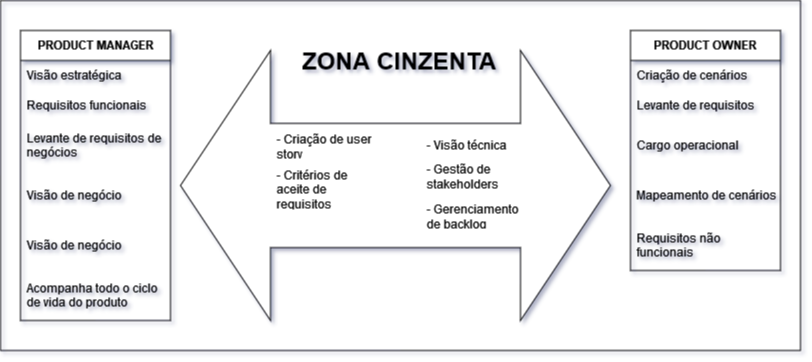
The draw.io diagram Figuras e Tabelas/PM_vs_PO.png in abreuzo/Unveiling_Product_Managers_journey, before a commit. Source tidied: cells renumbered, new cells last; positions are measured from the earlier drawing's top-left corner, leaving out a move shared by most shapes.
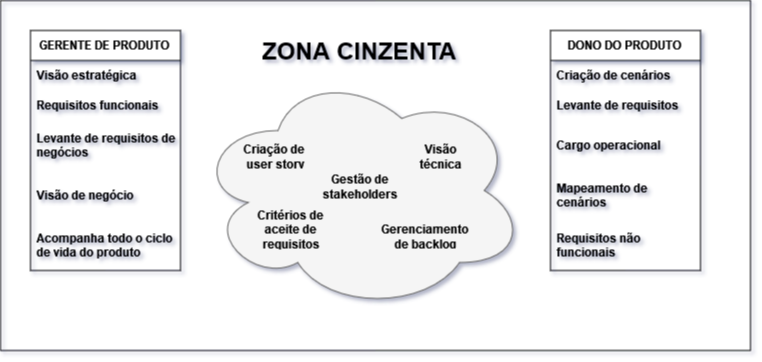
The same file after the commit.

Change to the diagram source:
```diff
@@ -3,67 +3,64 @@
     <mxCell id="0" />
     <mxCell id="1" parent="0" />
     <mxCell id="2" style="rounded=0;whiteSpace=wrap;html=1;fillColor=none;" parent="1" vertex="1">
-      <mxGeometry width="800" height="350" as="geometry" />
+      <mxGeometry x="40" width="750" height="350" as="geometry" />
     </mxCell>
-    <mxCell id="3" value="&lt;b&gt;PRODUCT MANAGER&lt;/b&gt;" style="swimlane;fontStyle=0;horizontal=1;startSize=30;whiteSpace=wrap;html=1;" parent="1" vertex="1">
-      <mxGeometry x="20" y="30" width="150" height="290" as="geometry" />
+    <mxCell id="3" value="&lt;b&gt;GERENTE DE PRODUTO&lt;br&gt;&lt;/b&gt;" style="swimlane;fontStyle=0;horizontal=1;startSize=30;whiteSpace=wrap;html=1;" parent="1" vertex="1">
+      <mxGeometry x="70" y="30" width="150" height="240" as="geometry" />
     </mxCell>
-    <mxCell id="4" value="&lt;div&gt;Visão estratégica&lt;/div&gt;" style="text;strokeColor=none;fillColor=none;align=left;verticalAlign=middle;spacingLeft=4;spacingRight=4;overflow=hidden;whiteSpace=wrap;html=1;" parent="3" vertex="1">
+    <mxCell id="4" value="&lt;div&gt;&lt;b&gt;Visão estratégica&lt;/b&gt;&lt;/div&gt;" style="text;strokeColor=none;fillColor=none;align=left;verticalAlign=middle;spacingLeft=4;spacingRight=4;overflow=hidden;whiteSpace=wrap;html=1;" parent="3" vertex="1">
       <mxGeometry y="30" width="150" height="30" as="geometry" />
     </mxCell>
-    <mxCell id="5" value="Requisitos funcionais" style="text;strokeColor=none;fillColor=none;align=left;verticalAlign=middle;spacingLeft=4;spacingRight=4;overflow=hidden;whiteSpace=wrap;html=1;" parent="3" vertex="1">
+    <mxCell id="5" value="&lt;b&gt;Requisitos funcionais&lt;/b&gt;" style="text;strokeColor=none;fillColor=none;align=left;verticalAlign=middle;spacingLeft=4;spacingRight=4;overflow=hidden;whiteSpace=wrap;html=1;" parent="3" vertex="1">
       <mxGeometry y="60" width="150" height="30" as="geometry" />
     </mxCell>
-    <mxCell id="6" value="Levante de requisitos de negócios" style="text;strokeColor=none;fillColor=none;align=left;verticalAlign=middle;spacingLeft=4;spacingRight=4;overflow=hidden;whiteSpace=wrap;html=1;" parent="3" vertex="1">
+    <mxCell id="6" value="&lt;b&gt;Levante de requisitos de negócios&lt;/b&gt;" style="text;strokeColor=none;fillColor=none;align=left;verticalAlign=middle;spacingLeft=4;spacingRight=4;overflow=hidden;whiteSpace=wrap;html=1;" parent="3" vertex="1">
       <mxGeometry y="90" width="150" height="50" as="geometry" />
     </mxCell>
-    <mxCell id="7" value="Visão de negócio" style="text;strokeColor=none;fillColor=none;align=left;verticalAlign=middle;spacingLeft=4;spacingRight=4;overflow=hidden;whiteSpace=wrap;html=1;" parent="3" vertex="1">
+    <mxCell id="7" value="&lt;b&gt;Visão de negócio&lt;/b&gt;" style="text;strokeColor=none;fillColor=none;align=left;verticalAlign=middle;spacingLeft=4;spacingRight=4;overflow=hidden;whiteSpace=wrap;html=1;" parent="3" vertex="1">
       <mxGeometry y="140" width="150" height="50" as="geometry" />
     </mxCell>
-    <mxCell id="8" value="Visão de negócio" style="text;strokeColor=none;fillColor=none;align=left;verticalAlign=middle;spacingLeft=4;spacingRight=4;overflow=hidden;whiteSpace=wrap;html=1;" parent="3" vertex="1">
-      <mxGeometry y="190" width="150" height="50" as="geometry" />
-    </mxCell>
-    <mxCell id="9" value="Acompanha todo o ciclo de vida do produto" style="text;strokeColor=none;fillColor=none;align=left;verticalAlign=middle;spacingLeft=4;spacingRight=4;overflow=hidden;whiteSpace=wrap;html=1;" parent="3" vertex="1">
-      <mxGeometry y="240" width="150" height="50" as="geometry" />
+    <mxCell id="9" value="&lt;b&gt;Acompanha todo o ciclo de vida do produto&lt;/b&gt;" style="text;strokeColor=none;fillColor=none;align=left;verticalAlign=middle;spacingLeft=4;spacingRight=4;overflow=hidden;whiteSpace=wrap;html=1;" parent="3" vertex="1">
+      <mxGeometry y="190" width="150" height="50" as="geometry" />
     </mxCell>
-    <mxCell id="10" value="&lt;b&gt;PRODUCT OWNER&lt;br&gt;&lt;/b&gt;" style="swimlane;fontStyle=0;horizontal=1;startSize=30;whiteSpace=wrap;html=1;" parent="1" vertex="1">
-      <mxGeometry x="630" y="30" width="150" height="240" as="geometry" />
+    <mxCell id="10" value="&lt;b&gt;DONO DO PRODUTO&lt;br&gt;&lt;/b&gt;" style="swimlane;fontStyle=0;horizontal=1;startSize=30;whiteSpace=wrap;html=1;" parent="1" vertex="1">
+      <mxGeometry x="590" y="30" width="150" height="240" as="geometry" />
     </mxCell>
-    <mxCell id="11" value="Criação de cenários" style="text;strokeColor=none;fillColor=none;align=left;verticalAlign=middle;spacingLeft=4;spacingRight=4;overflow=hidden;whiteSpace=wrap;html=1;" parent="10" vertex="1">
+    <mxCell id="11" value="&lt;b&gt;Criação de cenários&lt;/b&gt;" style="text;strokeColor=none;fillColor=none;align=left;verticalAlign=middle;spacingLeft=4;spacingRight=4;overflow=hidden;whiteSpace=wrap;html=1;" parent="10" vertex="1">
       <mxGeometry y="30" width="150" height="30" as="geometry" />
     </mxCell>
-    <mxCell id="12" value="Levante de requisitos" style="text;strokeColor=none;fillColor=none;align=left;verticalAlign=middle;spacingLeft=4;spacingRight=4;overflow=hidden;whiteSpace=wrap;html=1;" parent="10" vertex="1">
+    <mxCell id="12" value="&lt;b&gt;Levante de requisitos&lt;/b&gt;" style="text;strokeColor=none;fillColor=none;align=left;verticalAlign=middle;spacingLeft=4;spacingRight=4;overflow=hidden;whiteSpace=wrap;html=1;" parent="10" vertex="1">
       <mxGeometry y="60" width="150" height="30" as="geometry" />
     </mxCell>
-    <mxCell id="13" value="Cargo operacional" style="text;strokeColor=none;fillColor=none;align=left;verticalAlign=middle;spacingLeft=4;spacingRight=4;overflow=hidden;whiteSpace=wrap;html=1;" parent="10" vertex="1">
+    <mxCell id="13" value="&lt;b&gt;Cargo operacional&lt;/b&gt;" style="text;strokeColor=none;fillColor=none;align=left;verticalAlign=middle;spacingLeft=4;spacingRight=4;overflow=hidden;whiteSpace=wrap;html=1;" parent="10" vertex="1">
       <mxGeometry y="90" width="150" height="50" as="geometry" />
     </mxCell>
-    <mxCell id="14" value="Mapeamento de cenários" style="text;strokeColor=none;fillColor=none;align=left;verticalAlign=middle;spacingLeft=4;spacingRight=4;overflow=hidden;whiteSpace=wrap;html=1;" parent="10" vertex="1">
+    <mxCell id="14" value="&lt;b&gt;Mapeamento de cenários&lt;/b&gt;" style="text;strokeColor=none;fillColor=none;align=left;verticalAlign=middle;spacingLeft=4;spacingRight=4;overflow=hidden;whiteSpace=wrap;html=1;" parent="10" vertex="1">
       <mxGeometry y="140" width="150" height="50" as="geometry" />
     </mxCell>
-    <mxCell id="15" value="Requisitos não funcionais" style="text;strokeColor=none;fillColor=none;align=left;verticalAlign=middle;spacingLeft=4;spacingRight=4;overflow=hidden;whiteSpace=wrap;html=1;" parent="10" vertex="1">
+    <mxCell id="15" value="&lt;b&gt;Requisitos não funcionais&lt;/b&gt;" style="text;strokeColor=none;fillColor=none;align=left;verticalAlign=middle;spacingLeft=4;spacingRight=4;overflow=hidden;whiteSpace=wrap;html=1;" parent="10" vertex="1">
       <mxGeometry y="190" width="150" height="50" as="geometry" />
     </mxCell>
-    <mxCell id="16" style="html=1;shadow=0;dashed=0;align=center;verticalAlign=middle;shape=mxgraph.arrows2.twoWayArrow;dy=0.54;dx=90;" parent="1" vertex="1">
-      <mxGeometry x="180" y="50" width="430" height="270" as="geometry" />
-    </mxCell>
+    <mxCell id="22" value="&lt;h1 style=&quot;margin-top: 0px;&quot;&gt;ZONA CINZENTA&lt;br&gt;&lt;/h1&gt;&lt;p&gt;&lt;br&gt;&lt;/p&gt;" style="text;html=1;whiteSpace=wrap;overflow=hidden;rounded=0;" parent="1" vertex="1">
+      <mxGeometry x="300" y="30" width="210" height="40" as="geometry" />
+    </mxCell>
+    <mxCell id="23" style="ellipse;shape=cloud;whiteSpace=wrap;html=1;fillColor=#f5f5f5;fontColor=#333333;strokeColor=#666666;" parent="1" vertex="1">
+      <mxGeometry x="235" y="70" width="330" height="240" as="geometry" />
+    </mxCell>
+    <mxCell id="18" value="&lt;div align=&quot;center&quot;&gt;&lt;b&gt;Critérios de&lt;/b&gt;&lt;/div&gt;&lt;div align=&quot;center&quot;&gt;&lt;b&gt;aceite de requisitos&lt;/b&gt;&lt;/div&gt;" style="text;strokeColor=none;fillColor=none;align=center;verticalAlign=middle;spacingLeft=4;spacingRight=4;overflow=hidden;whiteSpace=wrap;html=1;" parent="1" vertex="1">
+      <mxGeometry x="290" y="205" width="81" height="45" as="geometry" />
+    </mxCell>
-    <mxCell id="17" value="- Criação de user story" style="text;strokeColor=none;fillColor=none;align=left;verticalAlign=middle;spacingLeft=4;spacingRight=4;overflow=hidden;whiteSpace=wrap;html=1;" parent="1" vertex="1">
-      <mxGeometry x="270" y="130" width="130" height="30" as="geometry" />
+    <mxCell id="17" value="&lt;div align=&quot;center&quot;&gt;&lt;b&gt;Criação de&amp;nbsp;&lt;/b&gt;&lt;/div&gt;&lt;div align=&quot;center&quot;&gt;&lt;b&gt;user story&lt;/b&gt;&lt;/div&gt;" style="text;strokeColor=none;fillColor=none;align=center;verticalAlign=middle;spacingLeft=4;spacingRight=4;overflow=hidden;whiteSpace=wrap;html=1;" parent="1" vertex="1">
+      <mxGeometry x="275" y="140" width="80" height="30" as="geometry" />
     </mxCell>
-    <mxCell id="18" value="- Critérios de aceite de requisitos" style="text;strokeColor=none;fillColor=none;align=left;verticalAlign=middle;spacingLeft=4;spacingRight=4;overflow=hidden;whiteSpace=wrap;html=1;" parent="1" vertex="1">
-      <mxGeometry x="270" y="165" width="110" height="45" as="geometry" />
-    </mxCell>
-    <mxCell id="19" value="- Visão técnica" style="text;strokeColor=none;fillColor=none;align=left;verticalAlign=middle;spacingLeft=4;spacingRight=4;overflow=hidden;whiteSpace=wrap;html=1;" parent="1" vertex="1">
-      <mxGeometry x="420" y="130" width="90" height="30" as="geometry" />
+    <mxCell id="19" value="&lt;div align=&quot;center&quot;&gt;&lt;b&gt;Visão&lt;/b&gt;&lt;/div&gt;&lt;div align=&quot;center&quot;&gt;&lt;b&gt;técnica&lt;/b&gt;&lt;/div&gt;" style="text;strokeColor=none;fillColor=none;align=center;verticalAlign=middle;spacingLeft=4;spacingRight=4;overflow=hidden;whiteSpace=wrap;html=1;" parent="1" vertex="1">
+      <mxGeometry x="450" y="140" width="60" height="30" as="geometry" />
     </mxCell>
-    <mxCell id="20" value="- Gestão de stakeholders" style="text;strokeColor=none;fillColor=none;align=left;verticalAlign=middle;spacingLeft=4;spacingRight=4;overflow=hidden;whiteSpace=wrap;html=1;" parent="1" vertex="1">
-      <mxGeometry x="420" y="160" width="90" height="30" as="geometry" />
+    <mxCell id="20" value="&lt;div align=&quot;center&quot;&gt;&lt;b&gt;Gestão de stakeholders&lt;/b&gt;&lt;/div&gt;" style="text;strokeColor=none;fillColor=none;align=center;verticalAlign=middle;spacingLeft=4;spacingRight=4;overflow=hidden;whiteSpace=wrap;html=1;" parent="1" vertex="1">
+      <mxGeometry x="355" y="170" width="90" height="30" as="geometry" />
     </mxCell>
-    <mxCell id="21" value="- Gerenciamento de backlog" style="text;strokeColor=none;fillColor=none;align=left;verticalAlign=middle;spacingLeft=4;spacingRight=4;overflow=hidden;whiteSpace=wrap;html=1;" parent="1" vertex="1">
-      <mxGeometry x="420" y="200" width="110" height="30" as="geometry" />
+    <mxCell id="21" value="&lt;div align=&quot;center&quot;&gt;&lt;b&gt;Gerenciamento de backlog&lt;/b&gt;&lt;/div&gt;" style="text;strokeColor=none;fillColor=none;align=center;verticalAlign=middle;spacingLeft=4;spacingRight=4;overflow=hidden;whiteSpace=wrap;html=1;" parent="1" vertex="1">
+      <mxGeometry x="410" y="220" width="110" height="30" as="geometry" />
     </mxCell>
-    <mxCell id="22" value="&lt;h1 style=&quot;margin-top: 0px;&quot;&gt;ZONA CINZENTA&lt;br&gt;&lt;/h1&gt;&lt;p&gt;&lt;br&gt;&lt;/p&gt;" style="text;html=1;whiteSpace=wrap;overflow=hidden;rounded=0;" parent="1" vertex="1">
-      <mxGeometry x="300" y="40" width="210" height="40" as="geometry" />
-    </mxCell>
   </root>
 </mxGraphModel>
```
